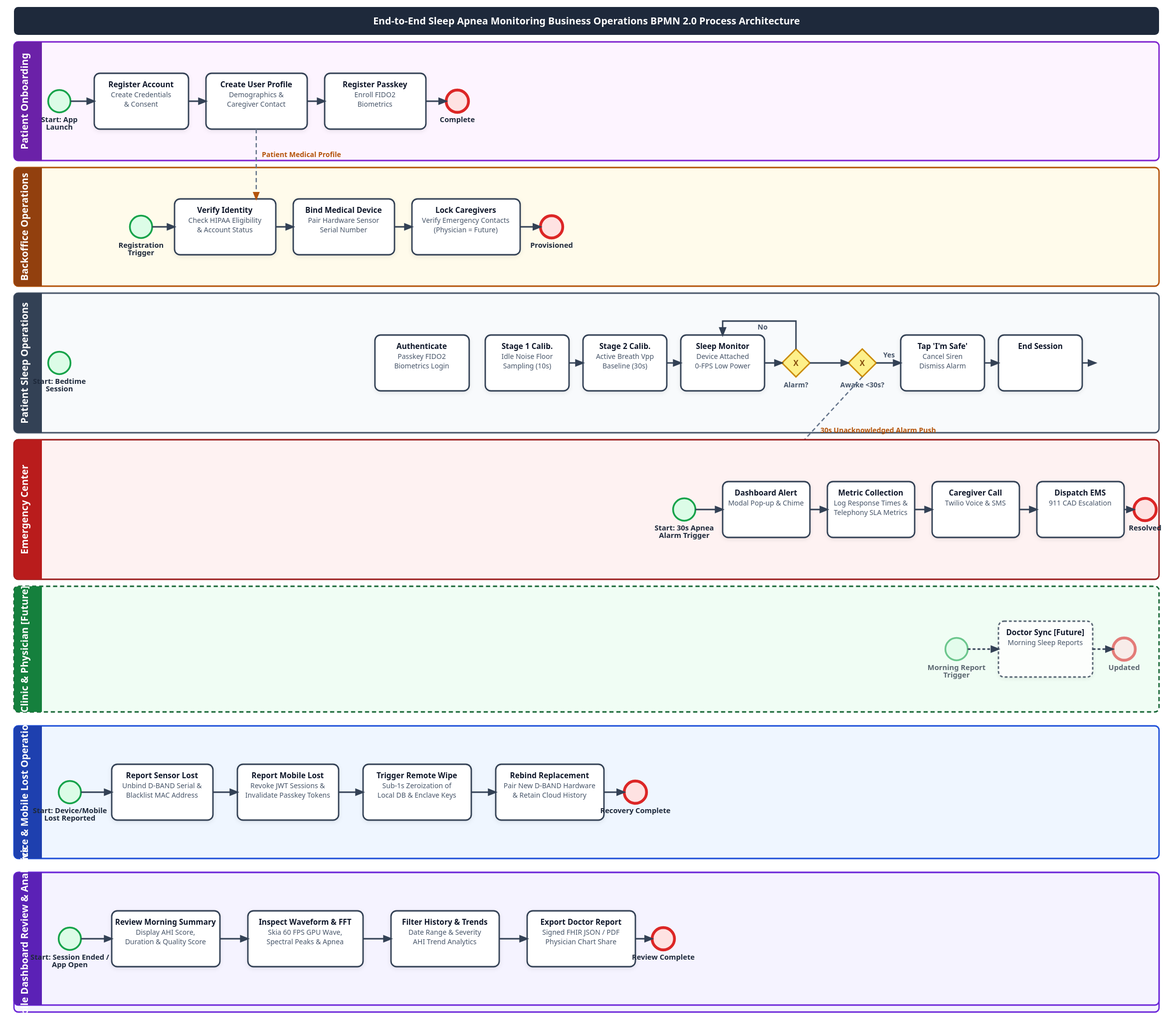
The BPMN diagram _bmad-output/architecture/sleep_apnea_process.svg in reidlai/masker-app, before a commit. Its source is kept beside it as _bmad-output/architecture/sleep_apnea_process.bpmn. Ids are renumbered.
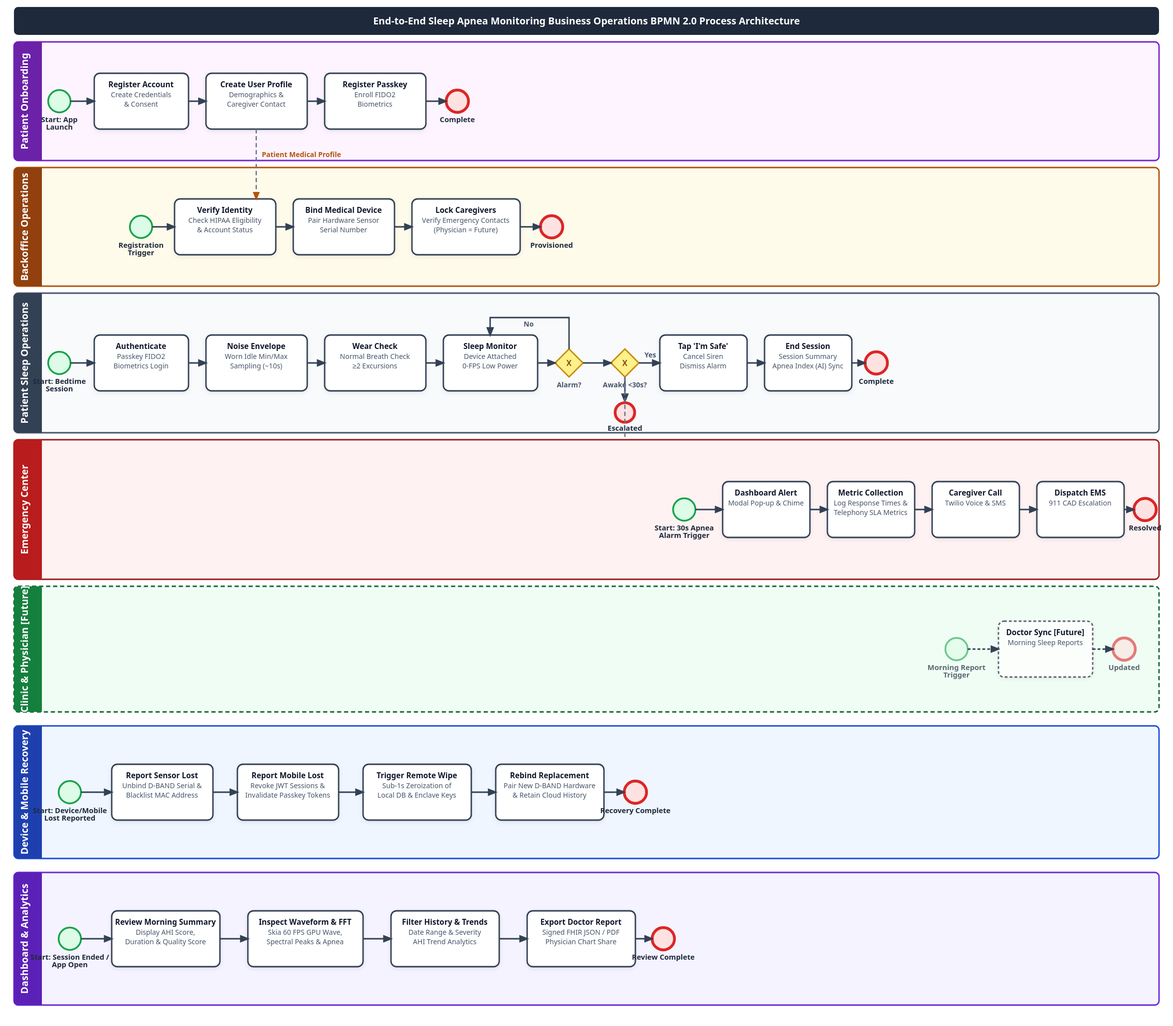
Above is the later version.

The edit, as a diff of the source:
```diff
@@ -7,4 +7,4 @@
     <bpmn:participant id="Participant_Clinic" name="Clinic &#38; Physician [Future]" processRef="Process_Clinic" />
-    <bpmn:participant id="Participant_DeviceLostRecovery" name="Device Loss &#38; Mobile Recovery Operations" processRef="Process_DeviceLostRecovery" />
-    <bpmn:participant id="Participant_MobileDashboardReview" name="Mobile Dashboard Review &#38; Analytics" processRef="Process_MobileDashboardReview" />
+    <bpmn:participant id="Participant_DeviceLostRecovery" name="Device &#38; Mobile Recovery" processRef="Process_DeviceLostRecovery" />
+    <bpmn:participant id="Participant_MobileDashboardReview" name="Dashboard &#38; Analytics" processRef="Process_MobileDashboardReview" />
 
@@ -13,3 +13,3 @@
     <bpmn:messageFlow id="Flow_Emergency_Dispatch" name="30s Unacknowledged Alarm Push" sourceRef="Task_SleepMonitoring" targetRef="Task_DashboardAlert" />
-    <bpmn:messageFlow id="Flow_Morning_Sync" name="Morning Sleep Summary &#38; AHI Score" sourceRef="Task_EndSession" targetRef="Task_DoctorSync" />
+    <bpmn:messageFlow id="Flow_Morning_Sync" name="Morning Sleep Summary &#38; Apnea Index (AI)" sourceRef="Task_EndSession" targetRef="Task_DoctorSync" />
     <bpmn:messageFlow id="Flow_Dashboard_Review" name="Morning Sleep Summary Data Stream" sourceRef="Task_EndSession" targetRef="Task_ReviewMorningSummary" />
@@ -93,4 +93,4 @@
         <bpmn:flowNodeRef>Task_PasskeyAuth</bpmn:flowNodeRef>
-        <bpmn:flowNodeRef>Task_Stage1Cal</bpmn:flowNodeRef>
-        <bpmn:flowNodeRef>Task_Stage2Cal</bpmn:flowNodeRef>
+        <bpmn:flowNodeRef>Task_NoiseFloorCal</bpmn:flowNodeRef>
+        <bpmn:flowNodeRef>Task_WearCheck</bpmn:flowNodeRef>
         <bpmn:flowNodeRef>Task_SleepMonitoring</bpmn:flowNodeRef>
@@ -111,3 +111,3 @@
     </bpmn:userTask>
-    <bpmn:userTask id="Task_Stage1Cal" name="Execute Stage 1 Idle Noise Calibration">
+    <bpmn:userTask id="Task_NoiseFloorCal" name="Sensor Baseline Drift &#38; Noise Floor Envelope Calibration">
       <bpmn:incoming>Flow_P2</bpmn:incoming>
@@ -115,3 +115,3 @@
     </bpmn:userTask>
-    <bpmn:userTask id="Task_Stage2Cal" name="Execute Stage 2 Active Breath Calibration">
+    <bpmn:userTask id="Task_WearCheck" name="Worn-Sensor Signal Quality &#38; Position Check">
       <bpmn:incoming>Flow_P3</bpmn:incoming>
@@ -153,5 +153,5 @@
     <bpmn:sequenceFlow id="Flow_P1" sourceRef="Start_Bedtime" targetRef="Task_PasskeyAuth" />
-    <bpmn:sequenceFlow id="Flow_P2" sourceRef="Task_PasskeyAuth" targetRef="Task_Stage1Cal" />
-    <bpmn:sequenceFlow id="Flow_P3" sourceRef="Task_Stage1Cal" targetRef="Task_Stage2Cal" />
-    <bpmn:sequenceFlow id="Flow_P4" sourceRef="Task_Stage2Cal" targetRef="Task_SleepMonitoring" />
+    <bpmn:sequenceFlow id="Flow_P2" sourceRef="Task_PasskeyAuth" targetRef="Task_NoiseFloorCal" />
+    <bpmn:sequenceFlow id="Flow_P3" sourceRef="Task_NoiseFloorCal" targetRef="Task_WearCheck" />
+    <bpmn:sequenceFlow id="Flow_P4" sourceRef="Task_WearCheck" targetRef="Task_SleepMonitoring" />
     <bpmn:sequenceFlow id="Flow_P5" sourceRef="Task_SleepMonitoring" targetRef="Gateway_Tier1Alarm" />
@@ -215,3 +215,3 @@
     </bpmn:startEvent>
-    <bpmn:userTask id="Task_DoctorSync" name="Sync Morning Sleep Scores &#38; AHI Reports [Future]">
+    <bpmn:userTask id="Task_DoctorSync" name="Sync Morning Sleep Scores &#38; Apnea Index (AI) Reports [Future]">
       <bpmn:incoming>Flow_C1</bpmn:incoming>
@@ -219,3 +219,3 @@
     </bpmn:userTask>
-    <bpmn:userTask id="Task_PhysicianReview" name="Physician Reviews AHI Classification &#38; Notes [Future]">
+    <bpmn:userTask id="Task_PhysicianReview" name="Physician Reviews Apnea Index (AI) Classification &#38; Notes [Future]">
       <bpmn:incoming>Flow_C2</bpmn:incoming>
@@ -234,3 +234,3 @@
     <bpmn:laneSet id="LaneSet_DeviceLostRecovery">
-      <bpmn:lane id="Lane_DeviceLostRecovery" name="Device Loss &#38; Mobile Recovery Operations">
+      <bpmn:lane id="Lane_DeviceLostRecovery" name="Device &#38; Mobile Recovery">
         <bpmn:flowNodeRef>Start_DeviceLostTrigger</bpmn:flowNodeRef>
@@ -275,3 +275,3 @@
     <bpmn:laneSet id="LaneSet_MobileDashboardReview">
-      <bpmn:lane id="Lane_MobileDashboardReview" name="Mobile Dashboard Review &#38; Analytics">
+      <bpmn:lane id="Lane_MobileDashboardReview" name="Dashboard &#38; Analytics">
         <bpmn:flowNodeRef>Start_DashboardReviewTrigger</bpmn:flowNodeRef>
@@ -287,3 +287,3 @@
     </bpmn:startEvent>
-    <bpmn:userTask id="Task_ReviewMorningSummary" name="Review Morning Sleep Summary &#38; AHI Score">
+    <bpmn:userTask id="Task_ReviewMorningSummary" name="Review Morning Sleep Summary &#38; Apnea Index (AI)">
       <bpmn:incoming>Flow_D1</bpmn:incoming>
@@ -315,2 +315,3 @@
     <bpmndi:BPMNPlane id="BPMNPlane_SleepApnea" bpmnElement="Collaboration_SleepApnea">
+      <!-- PARTICIPANTS (SWIMLANES) -->
       <bpmndi:BPMNShape id="Participant_Onboarding_di" bpmnElement="Participant_Onboarding" isHorizontal="true"><dc:Bounds x="10" y="50" width="1680" height="170" /></bpmndi:BPMNShape>
@@ -323,3 +324,99 @@
 
+      <!-- LANES -->
+      <bpmndi:BPMNShape id="Lane_PatientOnboarding_di" bpmnElement="Lane_PatientOnboarding" isHorizontal="true"><dc:Bounds x="40" y="50" width="1650" height="170" /></bpmndi:BPMNShape>
+      <bpmndi:BPMNShape id="Lane_BackofficePlatform_di" bpmnElement="Lane_BackofficePlatform" isHorizontal="true"><dc:Bounds x="40" y="240" width="1650" height="170" /></bpmndi:BPMNShape>
+      <bpmndi:BPMNShape id="Lane_PatientAtHome_di" bpmnElement="Lane_PatientAtHome" isHorizontal="true"><dc:Bounds x="40" y="430" width="1650" height="200" /></bpmndi:BPMNShape>
+      <bpmndi:BPMNShape id="Lane_EmergencyCenter_di" bpmnElement="Lane_EmergencyCenter" isHorizontal="true"><dc:Bounds x="40" y="650" width="1650" height="200" /></bpmndi:BPMNShape>
+      <bpmndi:BPMNShape id="Lane_ClinicPhysician_di" bpmnElement="Lane_ClinicPhysician" isHorizontal="true"><dc:Bounds x="40" y="870" width="1650" height="180" /></bpmndi:BPMNShape>
+      <bpmndi:BPMNShape id="Lane_DeviceLostRecovery_di" bpmnElement="Lane_DeviceLostRecovery" isHorizontal="true"><dc:Bounds x="40" y="1070" width="1650" height="190" /></bpmndi:BPMNShape>
       <bpmndi:BPMNShape id="Lane_MobileDashboardReview_di" bpmnElement="Lane_MobileDashboardReview" isHorizontal="true"><dc:Bounds x="40" y="1280" width="1650" height="190" /></bpmndi:BPMNShape>
+
+      <!-- PATIENT SLEEP OPERATIONS NODES & EDGES -->
+      <bpmndi:BPMNShape id="Start_Bedtime_di" bpmnElement="Start_Bedtime"><dc:Bounds x="60" y="512" width="36" height="36" /></bpmndi:BPMNShape>
+      <bpmndi:BPMNShape id="Task_PasskeyAuth_di" bpmnElement="Task_PasskeyAuth"><dc:Bounds x="130" y="490" width="140" height="80" /></bpmndi:BPMNShape>
+      <bpmndi:BPMNShape id="Task_NoiseFloorCal_di" bpmnElement="Task_NoiseFloorCal"><dc:Bounds x="300" y="490" width="160" height="80" /></bpmndi:BPMNShape>
+      <bpmndi:BPMNShape id="Task_WearCheck_di" bpmnElement="Task_WearCheck"><dc:Bounds x="490" y="490" width="150" height="80" /></bpmndi:BPMNShape>
+      <bpmndi:BPMNShape id="Task_SleepMonitoring_di" bpmnElement="Task_SleepMonitoring"><dc:Bounds x="670" y="490" width="150" height="80" /></bpmndi:BPMNShape>
+      <bpmndi:BPMNShape id="Gateway_Tier1Alarm_di" bpmnElement="Gateway_Tier1Alarm" isMarkerVisible="true"><dc:Bounds x="850" y="510" width="40" height="40" /></bpmndi:BPMNShape>
+      <bpmndi:BPMNShape id="Gateway_PatientAwake_di" bpmnElement="Gateway_PatientAwake" isMarkerVisible="true"><dc:Bounds x="940" y="510" width="40" height="40" /></bpmndi:BPMNShape>
+      <bpmndi:BPMNShape id="Task_TapSafe_di" bpmnElement="Task_TapSafe"><dc:Bounds x="1020" y="490" width="130" height="80" /></bpmndi:BPMNShape>
+      <bpmndi:BPMNShape id="Task_EndSession_di" bpmnElement="Task_EndSession"><dc:Bounds x="1180" y="490" width="130" height="80" /></bpmndi:BPMNShape>
+      <bpmndi:BPMNShape id="End_SessionComplete_di" bpmnElement="End_SessionComplete"><dc:Bounds x="1340" y="512" width="36" height="36" /></bpmndi:BPMNShape>
+      <bpmndi:BPMNShape id="End_Escalated_di" bpmnElement="End_Escalated"><dc:Bounds x="942" y="580" width="36" height="36" /></bpmndi:BPMNShape>
+
+      <bpmndi:BPMNEdge id="Flow_P1_di" bpmnElement="Flow_P1"><di:waypoint x="96" y="530" /><di:waypoint x="130" y="530" /></bpmndi:BPMNEdge>
+      <bpmndi:BPMNEdge id="Flow_P2_di" bpmnElement="Flow_P2"><di:waypoint x="270" y="530" /><di:waypoint x="300" y="530" /></bpmndi:BPMNEdge>
+      <bpmndi:BPMNEdge id="Flow_P3_di" bpmnElement="Flow_P3"><di:waypoint x="460" y="530" /><di:waypoint x="490" y="530" /></bpmndi:BPMNEdge>
+      <bpmndi:BPMNEdge id="Flow_P4_di" bpmnElement="Flow_P4"><di:waypoint x="640" y="530" /><di:waypoint x="670" y="530" /></bpmndi:BPMNEdge>
+      <bpmndi:BPMNEdge id="Flow_P5_di" bpmnElement="Flow_P5"><di:waypoint x="820" y="530" /><di:waypoint x="850" y="530" /></bpmndi:BPMNEdge>
+      <bpmndi:BPMNEdge id="Flow_AlarmNo_di" bpmnElement="Flow_AlarmNo"><di:waypoint x="870" y="510" /><di:waypoint x="870" y="460" /><di:waypoint x="745" y="460" /><di:waypoint x="745" y="490" /></bpmndi:BPMNEdge>
+      <bpmndi:BPMNEdge id="Flow_AlarmYes_di" bpmnElement="Flow_AlarmYes"><di:waypoint x="890" y="530" /><di:waypoint x="940" y="530" /></bpmndi:BPMNEdge>
+      <bpmndi:BPMNEdge id="Flow_AwakeYes_di" bpmnElement="Flow_AwakeYes"><di:waypoint x="980" y="530" /><di:waypoint x="1020" y="530" /></bpmndi:BPMNEdge>
+      <bpmndi:BPMNEdge id="Flow_AwakeNo_di" bpmnElement="Flow_AwakeNo"><di:waypoint x="960" y="550" /><di:waypoint x="960" y="580" /></bpmndi:BPMNEdge>
+      <bpmndi:BPMNEdge id="Flow_P6_di" bpmnElement="Flow_P6"><di:waypoint x="1150" y="530" /><di:waypoint x="1180" y="530" /></bpmndi:BPMNEdge>
+      <bpmndi:BPMNEdge id="Flow_P7_di" bpmnElement="Flow_P7"><di:waypoint x="1310" y="530" /><di:waypoint x="1340" y="530" /></bpmndi:BPMNEdge>
+
+      <!-- PATIENT ONBOARDING NODES & EDGES -->
+      <bpmndi:BPMNShape id="Start_Onboarding_di" bpmnElement="Start_Onboarding"><dc:Bounds x="100" y="115" width="36" height="36" /></bpmndi:BPMNShape>
+      <bpmndi:BPMNShape id="Task_PatientRegister_di" bpmnElement="Task_PatientRegister"><dc:Bounds x="165" y="93" width="155" height="80" /></bpmndi:BPMNShape>
+      <bpmndi:BPMNShape id="Task_CreateUserProfile_di" bpmnElement="Task_CreateUserProfile"><dc:Bounds x="355" y="93" width="165" height="80" /></bpmndi:BPMNShape>
+      <bpmndi:BPMNShape id="Task_RegisterPasskey_di" bpmnElement="Task_RegisterPasskey"><dc:Bounds x="555" y="93" width="165" height="80" /></bpmndi:BPMNShape>
+      <bpmndi:BPMNShape id="End_OnboardingComplete_di" bpmnElement="End_OnboardingComplete"><dc:Bounds x="755" y="115" width="36" height="36" /></bpmndi:BPMNShape>
+
+      <bpmndi:BPMNEdge id="Flow_O1_di" bpmnElement="Flow_O1"><di:waypoint x="136" y="133" /><di:waypoint x="165" y="133" /></bpmndi:BPMNEdge>
+      <bpmndi:BPMNEdge id="Flow_O1b_di" bpmnElement="Flow_O1b"><di:waypoint x="320" y="133" /><di:waypoint x="355" y="133" /></bpmndi:BPMNEdge>
+      <bpmndi:BPMNEdge id="Flow_O2_di" bpmnElement="Flow_O2"><di:waypoint x="520" y="133" /><di:waypoint x="555" y="133" /></bpmndi:BPMNEdge>
+      <bpmndi:BPMNEdge id="Flow_O3_di" bpmnElement="Flow_O3"><di:waypoint x="720" y="133" /><di:waypoint x="755" y="133" /></bpmndi:BPMNEdge>
+
+      <!-- BACKOFFICE NODES & EDGES -->
+      <bpmndi:BPMNShape id="Start_Backoffice_di" bpmnElement="Start_Backoffice"><dc:Bounds x="100" y="305" width="36" height="36" /></bpmndi:BPMNShape>
+      <bpmndi:BPMNShape id="Task_VerifyPatientIdentity_di" bpmnElement="Task_VerifyPatientIdentity"><dc:Bounds x="165" y="283" width="165" height="80" /></bpmndi:BPMNShape>
+      <bpmndi:BPMNShape id="Task_BindMedicalDevice_di" bpmnElement="Task_BindMedicalDevice"><dc:Bounds x="365" y="283" width="165" height="80" /></bpmndi:BPMNShape>
+      <bpmndi:BPMNShape id="Task_LockEmergencyContacts_di" bpmnElement="Task_LockEmergencyContacts"><dc:Bounds x="565" y="283" width="175" height="80" /></bpmndi:BPMNShape>
+      <bpmndi:BPMNShape id="End_BackofficeComplete_di" bpmnElement="End_BackofficeComplete"><dc:Bounds x="775" y="305" width="36" height="36" /></bpmndi:BPMNShape>
+
+      <bpmndi:BPMNEdge id="Flow_B1_di" bpmnElement="Flow_B1"><di:waypoint x="136" y="323" /><di:waypoint x="165" y="323" /></bpmndi:BPMNEdge>
+      <bpmndi:BPMNEdge id="Flow_B2_di" bpmnElement="Flow_B2"><di:waypoint x="330" y="323" /><di:waypoint x="365" y="323" /></bpmndi:BPMNEdge>
+      <bpmndi:BPMNEdge id="Flow_B3_di" bpmnElement="Flow_B3"><di:waypoint x="530" y="323" /><di:waypoint x="565" y="323" /></bpmndi:BPMNEdge>
+      <bpmndi:BPMNEdge id="Flow_B4_di" bpmnElement="Flow_B4"><di:waypoint x="740" y="323" /><di:waypoint x="775" y="323" /></bpmndi:BPMNEdge>
+
+      <!-- EMERGENCY CENTER NODES & EDGES -->
+      <bpmndi:BPMNShape id="Start_EmergencyTrigger_di" bpmnElement="Start_EmergencyTrigger"><dc:Bounds x="100" y="732" width="36" height="36" /></bpmndi:BPMNShape>
+      <bpmndi:BPMNShape id="Task_DashboardAlert_di" bpmnElement="Task_DashboardAlert"><dc:Bounds x="165" y="710" width="155" height="80" /></bpmndi:BPMNShape>
+      <bpmndi:BPMNShape id="Task_MetricCollection_di" bpmnElement="Task_MetricCollection"><dc:Bounds x="355" y="710" width="165" height="80" /></bpmndi:BPMNShape>
+      <bpmndi:BPMNShape id="Task_CaregiverCall_di" bpmnElement="Task_CaregiverCall"><dc:Bounds x="555" y="710" width="175" height="80" /></bpmndi:BPMNShape>
+      <bpmndi:BPMNShape id="Task_DispatchEMS_di" bpmnElement="Task_DispatchEMS"><dc:Bounds x="765" y="710" width="165" height="80" /></bpmndi:BPMNShape>
+      <bpmndi:BPMNShape id="End_DispatchResolved_di" bpmnElement="End_DispatchResolved"><dc:Bounds x="965" y="732" width="36" height="36" /></bpmndi:BPMNShape>
+
+      <bpmndi:BPMNEdge id="Flow_E1_di" bpmnElement="Flow_E1"><di:waypoint x="136" y="750" /><di:waypoint x="165" y="750" /></bpmndi:BPMNEdge>
+      <bpmndi:BPMNEdge id="Flow_E2_di" bpmnElement="Flow_E2"><di:waypoint x="320" y="750" /><di:waypoint x="355" y="750" /></bpmndi:BPMNEdge>
+      <bpmndi:BPMNEdge id="Flow_E3_di" bpmnElement="Flow_E3"><di:waypoint x="520" y="750" /><di:waypoint x="555" y="750" /></bpmndi:BPMNEdge>
+      <bpmndi:BPMNEdge id="Flow_E4_di" bpmnElement="Flow_E4"><di:waypoint x="730" y="750" /><di:waypoint x="765" y="750" /></bpmndi:BPMNEdge>
+      <bpmndi:BPMNEdge id="Flow_E5_di" bpmnElement="Flow_E5"><di:waypoint x="930" y="750" /><di:waypoint x="965" y="750" /></bpmndi:BPMNEdge>
+
+      <!-- CLINIC NODES & EDGES -->
+      <bpmndi:BPMNShape id="Start_ClinicSync_di" bpmnElement="Start_ClinicSync"><dc:Bounds x="100" y="942" width="36" height="36" /></bpmndi:BPMNShape>
+      <bpmndi:BPMNShape id="Task_DoctorSync_di" bpmnElement="Task_DoctorSync"><dc:Bounds x="165" y="920" width="185" height="80" /></bpmndi:BPMNShape>
+      <bpmndi:BPMNShape id="Task_PhysicianReview_di" bpmnElement="Task_PhysicianReview"><dc:Bounds x="385" y="920" width="195" height="80" /></bpmndi:BPMNShape>
+      <bpmndi:BPMNShape id="End_ClinicComplete_di" bpmnElement="End_ClinicComplete"><dc:Bounds x="615" y="942" width="36" height="36" /></bpmndi:BPMNShape>
+
+      <bpmndi:BPMNEdge id="Flow_C1_di" bpmnElement="Flow_C1"><di:waypoint x="136" y="960" /><di:waypoint x="165" y="960" /></bpmndi:BPMNEdge>
+      <bpmndi:BPMNEdge id="Flow_C2_di" bpmnElement="Flow_C2"><di:waypoint x="350" y="960" /><di:waypoint x="385" y="960" /></bpmndi:BPMNEdge>
+      <bpmndi:BPMNEdge id="Flow_C3_di" bpmnElement="Flow_C3"><di:waypoint x="580" y="960" /><di:waypoint x="615" y="960" /></bpmndi:BPMNEdge>
+
+      <!-- DEVICE RECOVERY NODES & EDGES -->
+      <bpmndi:BPMNShape id="Start_DeviceLostTrigger_di" bpmnElement="Start_DeviceLostTrigger"><dc:Bounds x="100" y="1147" width="36" height="36" /></bpmndi:BPMNShape>
+      <bpmndi:BPMNShape id="Task_ReportDeviceLost_di" bpmnElement="Task_ReportDeviceLost"><dc:Bounds x="165" y="1125" width="165" height="80" /></bpmndi:BPMNShape>
+      <bpmndi:BPMNShape id="Task_ReportMobileLost_di" bpmnElement="Task_ReportMobileLost"><dc:Bounds x="365" y="1125" width="165" height="80" /></bpmndi:BPMNShape>
+      <bpmndi:BPMNShape id="Task_TriggerRemoteWipe_di" bpmnElement="Task_TriggerRemoteWipe"><dc:Bounds x="565" y="1125" width="175" height="80" /></bpmndi:BPMNShape>
+      <bpmndi:BPMNShape id="Task_RebindReplacementDevice_di" bpmnElement="Task_RebindReplacementDevice"><dc:Bounds x="775" y="1125" width="185" height="80" /></bpmndi:BPMNShape>
+      <bpmndi:BPMNShape id="End_DeviceRecoveryComplete_di" bpmnElement="End_DeviceRecoveryComplete"><dc:Bounds x="995" y="1147" width="36" height="36" /></bpmndi:BPMNShape>
+
+      <bpmndi:BPMNEdge id="Flow_L1_di" bpmnElement="Flow_L1"><di:waypoint x="136" y="1165" /><di:waypoint x="165" y="1165" /></bpmndi:BPMNEdge>
+      <bpmndi:BPMNEdge id="Flow_L2_di" bpmnElement="Flow_L2"><di:waypoint x="330" y="1165" /><di:waypoint x="365" y="1165" /></bpmndi:BPMNEdge>
+      <bpmndi:BPMNEdge id="Flow_L3_di" bpmnElement="Flow_L3"><di:waypoint x="530" y="1165" /><di:waypoint x="565" y="1165" /></bpmndi:BPMNEdge>
+      <bpmndi:BPMNEdge id="Flow_L4_di" bpmnElement="Flow_L4"><di:waypoint x="740" y="1165" /><di:waypoint x="775" y="1165" /></bpmndi:BPMNEdge>
+      <bpmndi:BPMNEdge id="Flow_L5_di" bpmnElement="Flow_L5"><di:waypoint x="960" y="1165" /><di:waypoint x="995" y="1165" /></bpmndi:BPMNEdge>
+
+      <!-- MOBILE DASHBOARD REVIEW NODES & EDGES -->
       <bpmndi:BPMNShape id="Start_DashboardReviewTrigger_di" bpmnElement="Start_DashboardReviewTrigger"><dc:Bounds x="100" y="1345" width="36" height="36" /></bpmndi:BPMNShape>
@@ -329,3 +426,3 @@
       <bpmndi:BPMNShape id="Task_ExportDoctorReport_di" bpmnElement="Task_ExportDoctorReport"><dc:Bounds x="755" y="1305" width="155" height="80" /></bpmndi:BPMNShape>
-      <bpmndi:BPMNShape id="End_DashboardReviewComplete_di" bpmnElement="End_DashboardReviewComplete"><dc:Bounds x="950" y="1345" width="36" height="36" /></bpmndi:BPMNShape>
+      <bpmndi:BPMNShape id="End_DashboardReviewComplete_di" bpmnElement="End_DashboardReviewComplete"><dc:Bounds x="950" y="1345" width="36" height="36" /></bpmndi:BPMNShape
 
@@ -336,2 +433,10 @@
       <bpmndi:BPMNEdge id="Flow_D5_di" bpmnElement="Flow_D5"><di:waypoint x="910" y="1363" /><di:waypoint x="950" y="1363" /></bpmndi:BPMNEdge>
+
+      <!-- INTER-PROCESS MESSAGE FLOW EDGES -->
+      <bpmndi:BPMNEdge id="Flow_Registration_Backoffice_di" bpmnElement="Flow_Registration_Backoffice"><di:waypoint x="437" y="173" /><di:waypoint x="437" y="228" /><di:waypoint x="247" y="228" /><di:waypoint x="247" y="283" /></bpmndi:BPMNEdge>
+      <bpmndi:BPMNEdge id="Flow_Passkey_Auth_di" bpmnElement="Flow_Passkey_Auth"><di:waypoint x="637" y="173" /><di:waypoint x="637" y="450" /><di:waypoint x="200" y="450" /><di:waypoint x="200" y="490" /></bpmndi:BPMNEdge>
+      <bpmndi:BPMNEdge id="Flow_Emergency_Dispatch_di" bpmnElement="Flow_Emergency_Dispatch"><di:waypoint x="745" y="570" /><di:waypoint x="745" y="680" /><di:waypoint x="242" y="680" /><di:waypoint x="242" y="710" /></bpmndi:BPMNEdge>
+      <bpmndi:BPMNEdge id="Flow_Morning_Sync_di" bpmnElement="Flow_Morning_Sync"><di:waypoint x="1245" y="570" /><di:waypoint x="1245" y="900" /><di:waypoint x="257" y="900" /><di:waypoint x="257" y="920" /></bpmndi:BPMNEdge>
+      <bpmndi:BPMNEdge id="Flow_Dashboard_Review_di" bpmnElement="Flow_Dashboard_Review"><di:waypoint x="1245" y="570" /><di:waypoint x="1245" y="1290" /><di:waypoint x="237" y="1290" /><di:waypoint x="237" y="1305" /></bpmndi:BPMNEdge>
+
     </bpmndi:BPMNPlane>
```
